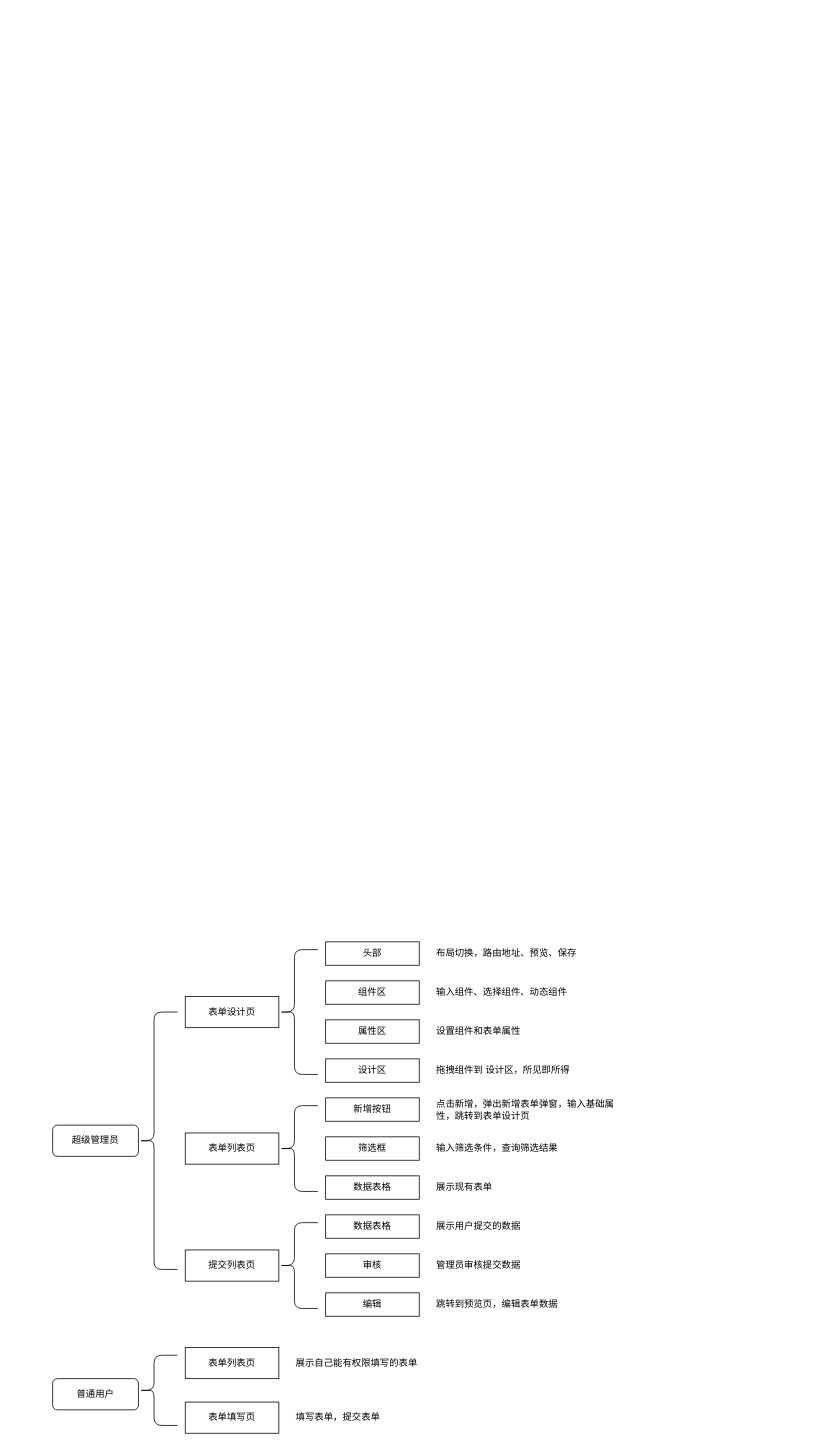
Above: system-formgenerator.drawio in yoqo/draw.io (draw.io), before the change. Source tidied: cells renumbered, new cells numbered last; positions are measured from the earlier drawing's top-left corner, leaving out a move shared by most shapes. Both pictures are drawn from the tidied source at 78%, with x=0, y=0 at pixel (52, 941).
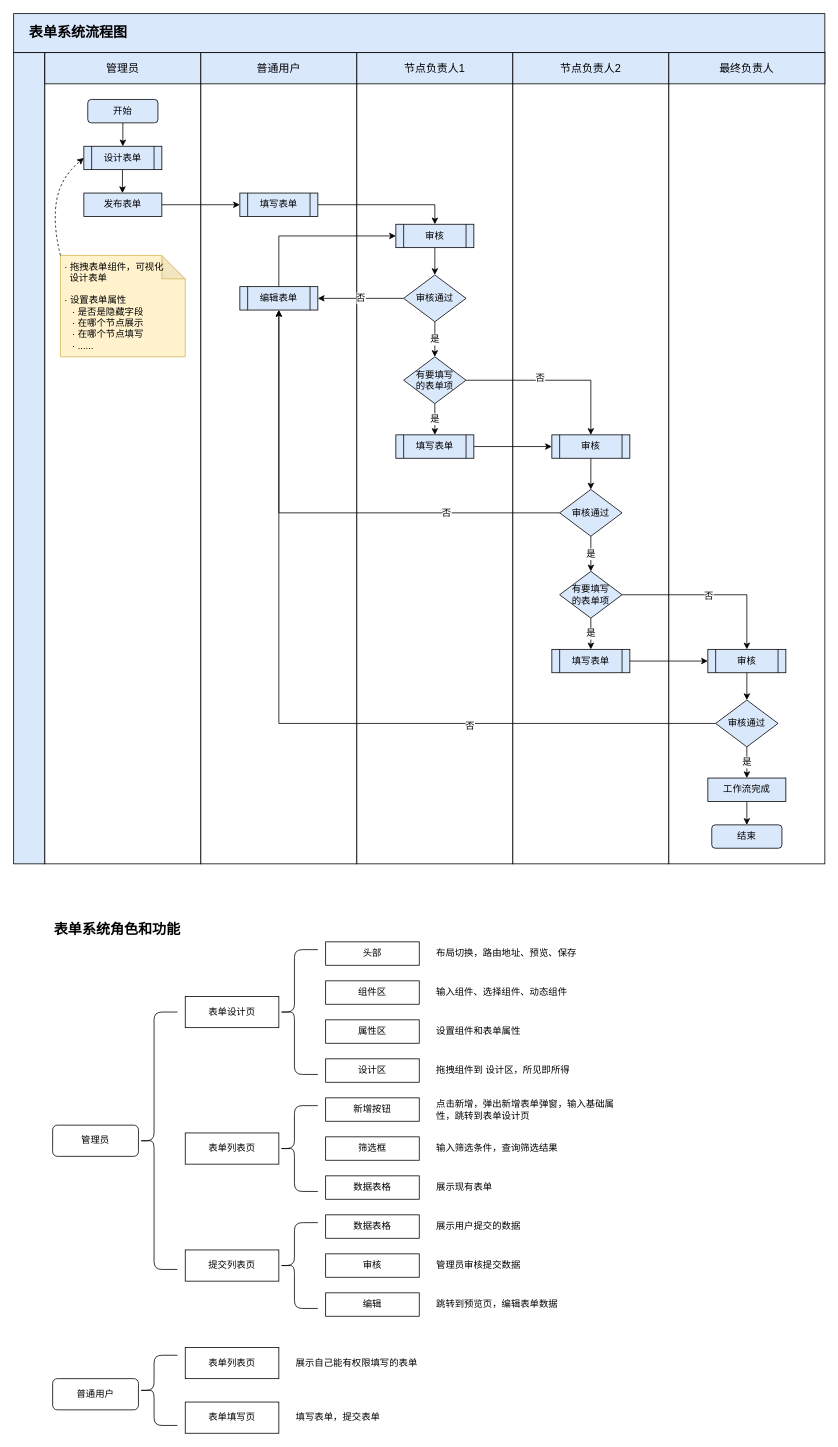
The same page after the edit.

What changed in the source:
```diff
@@
-    <mxCell id="2" value="超级管理员" style="rounded=1;whiteSpace=wrap;html=1;sketch=0;" parent="1" vertex="1">
+    <mxCell id="2" value="管理员" style="rounded=1;whiteSpace=wrap;html=1;sketch=0;" parent="1" vertex="1">
       <mxGeometry y="235" width="110" height="40" as="geometry" />
     </mxCell>
@@
+    <mxCell id="36" value="表单系统角色和功能" style="text;html=1;strokeColor=none;fillColor=none;align=left;verticalAlign=middle;whiteSpace=wrap;rounded=0;fontSize=18;fontStyle=1;" parent="1" vertex="1">
+      <mxGeometry y="-30" width="480" height="30" as="geometry" />
+    </mxCell>
+    <mxCell id="37" style="rounded=0;whiteSpace=wrap;html=1;fontSize=18;fillColor=#DAE8FC;" parent="1" vertex="1">
+      <mxGeometry x="-50" y="-1190" width="1040" height="50" as="geometry" />
+    </mxCell>
+    <mxCell id="38" style="rounded=0;whiteSpace=wrap;html=1;fontSize=18;fillColor=#DAE8FC;" parent="1" vertex="1">
+      <mxGeometry x="-50" y="-1140" width="40" height="1040" as="geometry" />
+    </mxCell>
+    <mxCell id="39" style="rounded=0;whiteSpace=wrap;html=1;fontSize=18;" parent="1" vertex="1">
+      <mxGeometry x="-10" y="-1140" width="200" height="1040" as="geometry" />
+    </mxCell>
+    <mxCell id="40" value="表单系统流程图" style="text;html=1;strokeColor=none;fillColor=none;align=left;verticalAlign=middle;whiteSpace=wrap;rounded=0;fontSize=18;fontStyle=1;" parent="1" vertex="1">
+      <mxGeometry x="-32" y="-1180" width="480" height="30" as="geometry" />
+    </mxCell>
+    <mxCell id="41" style="rounded=0;whiteSpace=wrap;html=1;fontSize=18;" parent="1" vertex="1">
+      <mxGeometry x="190" y="-1140" width="200" height="1040" as="geometry" />
+    </mxCell>
+    <mxCell id="42" style="rounded=0;whiteSpace=wrap;html=1;fontSize=18;" parent="1" vertex="1">
+      <mxGeometry x="390" y="-1140" width="200" height="1040" as="geometry" />
+    </mxCell>
+    <mxCell id="43" style="rounded=0;whiteSpace=wrap;html=1;fontSize=18;" parent="1" vertex="1">
+      <mxGeometry x="590" y="-1140" width="200" height="1040" as="geometry" />
+    </mxCell>
+    <mxCell id="44" style="rounded=0;whiteSpace=wrap;html=1;fontSize=18;" parent="1" vertex="1">
+      <mxGeometry x="790" y="-1140" width="200" height="1040" as="geometry" />
+    </mxCell>
+    <mxCell id="45" value="&lt;font style=&quot;font-size: 14px&quot;&gt;管理员&lt;/font&gt;" style="rounded=0;whiteSpace=wrap;html=1;fontSize=14;fillColor=#DAE8FC;" parent="1" vertex="1">
+      <mxGeometry x="-10" y="-1140" width="200" height="40" as="geometry" />
+    </mxCell>
+    <mxCell id="46" value="&lt;font style=&quot;font-size: 14px&quot;&gt;普通用户&lt;/font&gt;" style="rounded=0;whiteSpace=wrap;html=1;fontSize=14;fillColor=#DAE8FC;" parent="1" vertex="1">
+      <mxGeometry x="190" y="-1140" width="200" height="40" as="geometry" />
+    </mxCell>
+    <mxCell id="47" value="&lt;font style=&quot;font-size: 14px&quot;&gt;节点负责人1&lt;/font&gt;" style="rounded=0;whiteSpace=wrap;html=1;fontSize=14;fillColor=#DAE8FC;" parent="1" vertex="1">
+      <mxGeometry x="390" y="-1140" width="200" height="40" as="geometry" />
+    </mxCell>
+    <mxCell id="48" value="节点负责人2" style="rounded=0;whiteSpace=wrap;html=1;fontSize=14;fillColor=#DAE8FC;" parent="1" vertex="1">
+      <mxGeometry x="590" y="-1140" width="200" height="40" as="geometry" />
+    </mxCell>
+    <mxCell id="49" value="最终负责人" style="rounded=0;whiteSpace=wrap;html=1;fontSize=14;fillColor=#DAE8FC;" parent="1" vertex="1">
+      <mxGeometry x="790" y="-1140" width="200" height="40" as="geometry" />
+    </mxCell>
+    <mxCell id="50" style="edgeStyle=orthogonalEdgeStyle;rounded=0;sketch=0;jumpStyle=none;jettySize=auto;html=1;shadow=0;fontSize=12;" parent="1" edge="1" source="51">
+      <mxGeometry relative="1" as="geometry">
+        <mxPoint x="90" y="-1020" as="targetPoint" />
+      </mxGeometry>
+    </mxCell>
+    <mxCell id="51" value="&lt;font style=&quot;font-size: 12px&quot;&gt;开始&lt;/font&gt;" style="rounded=1;whiteSpace=wrap;html=1;fontSize=12;fillColor=#DAE8FC;" parent="1" vertex="1">
+      <mxGeometry x="45" y="-1080" width="90" height="30" as="geometry" />
+    </mxCell>
+    <mxCell id="52" style="edgeStyle=orthogonalEdgeStyle;rounded=0;sketch=0;jumpStyle=none;jettySize=auto;html=1;exitX=1;exitY=0.5;exitDx=0;exitDy=0;entryX=0;entryY=0.5;entryDx=0;entryDy=0;shadow=0;fontSize=12;" parent="1" edge="1" source="53" target="57">
+      <mxGeometry relative="1" as="geometry" />
+    </mxCell>
+    <mxCell id="53" value="发布表单" style="rounded=0;whiteSpace=wrap;html=1;fontSize=12;fillColor=#DAE8FC;" parent="1" vertex="1">
+      <mxGeometry x="40" y="-960" width="100" height="30" as="geometry" />
+    </mxCell>
+    <mxCell id="54" style="edgeStyle=orthogonalEdgeStyle;rounded=0;sketch=0;jumpStyle=none;orthogonalLoop=1;jettySize=auto;html=1;shadow=0;fontSize=12;" parent="1" edge="1">
+      <mxGeometry relative="1" as="geometry">
+        <mxPoint x="89.5" y="-990" as="sourcePoint" />
+        <mxPoint x="89.5" y="-960" as="targetPoint" />
+      </mxGeometry>
+    </mxCell>
+    <mxCell id="55" value="&lt;span&gt;设计表单&lt;/span&gt;" style="shape=process;whiteSpace=wrap;html=1;backgroundOutline=1;fontSize=12;fillColor=#DAE8FC;" parent="1" vertex="1">
+      <mxGeometry x="40" y="-1020" width="100" height="30" as="geometry" />
+    </mxCell>
+    <mxCell id="56" style="edgeStyle=orthogonalEdgeStyle;rounded=0;sketch=0;jumpStyle=none;jettySize=auto;html=1;exitX=1;exitY=0.5;exitDx=0;exitDy=0;entryX=0.5;entryY=0;entryDx=0;entryDy=0;shadow=0;fontSize=12;" parent="1" edge="1" source="57" target="59">
+      <mxGeometry relative="1" as="geometry" />
+    </mxCell>
+    <mxCell id="57" value="&lt;span&gt;填写表单&lt;/span&gt;" style="shape=process;whiteSpace=wrap;html=1;backgroundOutline=1;fontSize=12;fillColor=#DAE8FC;" parent="1" vertex="1">
+      <mxGeometry x="240" y="-960" width="100" height="30" as="geometry" />
+    </mxCell>
+    <mxCell id="58" style="edgeStyle=orthogonalEdgeStyle;rounded=0;sketch=0;jumpStyle=none;jettySize=auto;html=1;exitX=0.5;exitY=1;exitDx=0;exitDy=0;entryX=0.5;entryY=0;entryDx=0;entryDy=0;shadow=0;fontSize=12;" parent="1" edge="1" source="59" target="62">
+      <mxGeometry relative="1" as="geometry" />
+    </mxCell>
+    <mxCell id="59" value="&lt;span&gt;审核&lt;/span&gt;" style="shape=process;whiteSpace=wrap;html=1;backgroundOutline=1;fontSize=12;fillColor=#DAE8FC;" parent="1" vertex="1">
+      <mxGeometry x="440" y="-920" width="100" height="30" as="geometry" />
+    </mxCell>
+    <mxCell id="60" value="否" style="edgeStyle=orthogonalEdgeStyle;rounded=0;sketch=0;jumpStyle=none;jettySize=auto;html=1;exitX=0;exitY=0.5;exitDx=0;exitDy=0;entryX=1;entryY=0.5;entryDx=0;entryDy=0;shadow=0;fontSize=12;" parent="1" edge="1" source="62" target="64">
+      <mxGeometry relative="1" as="geometry" />
+    </mxCell>
+    <mxCell id="61" value="是" style="edgeStyle=orthogonalEdgeStyle;rounded=0;sketch=0;jumpStyle=none;jettySize=auto;html=1;exitX=0.5;exitY=1;exitDx=0;exitDy=0;entryX=0.5;entryY=0;entryDx=0;entryDy=0;shadow=0;fontSize=12;" parent="1" edge="1" source="62" target="68">
+      <mxGeometry relative="1" as="geometry" />
+    </mxCell>
+    <mxCell id="62" value="审核通过" style="rhombus;whiteSpace=wrap;html=1;fontSize=12;fillColor=#DAE8FC;" parent="1" vertex="1">
+      <mxGeometry x="450" y="-855" width="80" height="60" as="geometry" />
+    </mxCell>
+    <mxCell id="63" style="edgeStyle=orthogonalEdgeStyle;rounded=0;sketch=0;jumpStyle=none;jettySize=auto;html=1;exitX=0.5;exitY=0;exitDx=0;exitDy=0;entryX=0;entryY=0.5;entryDx=0;entryDy=0;shadow=0;fontSize=12;" parent="1" edge="1" source="64" target="59">
+      <mxGeometry relative="1" as="geometry" />
+    </mxCell>
+    <mxCell id="64" value="&lt;span&gt;编辑表单&lt;/span&gt;" style="shape=process;whiteSpace=wrap;html=1;backgroundOutline=1;fontSize=12;fillColor=#DAE8FC;" parent="1" vertex="1">
+      <mxGeometry x="240" y="-840" width="100" height="30" as="geometry" />
+    </mxCell>
+    <mxCell id="65" value="是" style="edgeStyle=orthogonalEdgeStyle;rounded=0;sketch=0;jumpStyle=none;jettySize=auto;html=1;exitX=0.5;exitY=1;exitDx=0;exitDy=0;entryX=0.5;entryY=0;entryDx=0;entryDy=0;shadow=0;fontSize=12;" parent="1" edge="1" source="68" target="70">
+      <mxGeometry relative="1" as="geometry" />
+    </mxCell>
+    <mxCell id="66" style="edgeStyle=orthogonalEdgeStyle;rounded=0;sketch=0;jumpStyle=none;jettySize=auto;html=1;exitX=1;exitY=0.5;exitDx=0;exitDy=0;entryX=0.5;entryY=0;entryDx=0;entryDy=0;shadow=0;fontSize=12;" parent="1" edge="1" source="68" target="72">
+      <mxGeometry relative="1" as="geometry" />
+    </mxCell>
+    <mxCell id="67" value="否" style="edgeLabel;html=1;align=center;verticalAlign=middle;fontSize=12;" parent="66" vertex="1">
+      <mxGeometry x="-0.18" y="3" relative="1" as="geometry" />
+    </mxCell>
+    <mxCell id="68" value="有要填写&lt;br&gt;的表单项" style="rhombus;whiteSpace=wrap;html=1;fontSize=12;fillColor=#DAE8FC;" parent="1" vertex="1">
+      <mxGeometry x="450" y="-750" width="80" height="60" as="geometry" />
+    </mxCell>
+    <mxCell id="69" style="edgeStyle=orthogonalEdgeStyle;rounded=0;sketch=0;jumpStyle=none;jettySize=auto;html=1;exitX=1;exitY=0.5;exitDx=0;exitDy=0;entryX=0;entryY=0.5;entryDx=0;entryDy=0;shadow=0;fontSize=12;" parent="1" edge="1" source="70" target="72">
+      <mxGeometry relative="1" as="geometry" />
+    </mxCell>
+    <mxCell id="70" value="&lt;span&gt;填写表单&lt;/span&gt;" style="shape=process;whiteSpace=wrap;html=1;backgroundOutline=1;fontSize=12;fillColor=#DAE8FC;" parent="1" vertex="1">
+      <mxGeometry x="440" y="-650" width="100" height="30" as="geometry" />
+    </mxCell>
+    <mxCell id="71" style="edgeStyle=orthogonalEdgeStyle;rounded=0;sketch=0;jumpStyle=none;jettySize=auto;html=1;exitX=0.5;exitY=1;exitDx=0;exitDy=0;entryX=0.5;entryY=0;entryDx=0;entryDy=0;shadow=0;fontSize=12;" parent="1" edge="1" source="72" target="76">
+      <mxGeometry relative="1" as="geometry" />
+    </mxCell>
+    <mxCell id="72" value="&lt;span&gt;审核&lt;/span&gt;" style="shape=process;whiteSpace=wrap;html=1;backgroundOutline=1;fontSize=12;fillColor=#DAE8FC;" parent="1" vertex="1">
+      <mxGeometry x="640" y="-650" width="100" height="30" as="geometry" />
+    </mxCell>
+    <mxCell id="73" value="是" style="edgeStyle=orthogonalEdgeStyle;rounded=0;sketch=0;jumpStyle=none;jettySize=auto;html=1;exitX=0.5;exitY=1;exitDx=0;exitDy=0;entryX=0.5;entryY=0;entryDx=0;entryDy=0;shadow=0;fontSize=12;" parent="1" edge="1" source="76" target="80">
+      <mxGeometry relative="1" as="geometry" />
+    </mxCell>
+    <mxCell id="74" style="edgeStyle=orthogonalEdgeStyle;rounded=0;sketch=0;jumpStyle=none;jettySize=auto;html=1;exitX=0;exitY=0.5;exitDx=0;exitDy=0;entryX=0.5;entryY=1;entryDx=0;entryDy=0;shadow=0;fontSize=12;" parent="1" edge="1" source="76" target="64">
+      <mxGeometry relative="1" as="geometry" />
+    </mxCell>
+    <mxCell id="75" value="否" style="edgeLabel;html=1;align=center;verticalAlign=middle;fontSize=12;" parent="74" vertex="1">
+      <mxGeometry x="-0.53" relative="1" as="geometry" />
+    </mxCell>
+    <mxCell id="76" value="审核通过" style="rhombus;whiteSpace=wrap;html=1;fontSize=12;fillColor=#DAE8FC;" parent="1" vertex="1">
+      <mxGeometry x="650" y="-580" width="80" height="60" as="geometry" />
+    </mxCell>
+    <mxCell id="77" value="是" style="edgeStyle=orthogonalEdgeStyle;rounded=0;sketch=0;jumpStyle=none;jettySize=auto;html=1;exitX=0.5;exitY=1;exitDx=0;exitDy=0;entryX=0.5;entryY=0;entryDx=0;entryDy=0;shadow=0;fontSize=12;" parent="1" edge="1" source="80" target="82">
+      <mxGeometry relative="1" as="geometry" />
+    </mxCell>
+    <mxCell id="78" style="edgeStyle=orthogonalEdgeStyle;rounded=0;sketch=0;jumpStyle=none;jettySize=auto;html=1;exitX=1;exitY=0.5;exitDx=0;exitDy=0;entryX=0.5;entryY=0;entryDx=0;entryDy=0;shadow=0;fontSize=12;" parent="1" edge="1" source="80" target="84">
+      <mxGeometry relative="1" as="geometry" />
+    </mxCell>
+    <mxCell id="79" value="否" style="edgeLabel;html=1;align=center;verticalAlign=middle;fontSize=12;" parent="78" vertex="1">
+      <mxGeometry x="-0.04" y="-1" relative="1" as="geometry" />
+    </mxCell>
+    <mxCell id="80" value="有要填写&lt;br&gt;的表单项" style="rhombus;whiteSpace=wrap;html=1;fontSize=12;fillColor=#DAE8FC;" parent="1" vertex="1">
+      <mxGeometry x="650" y="-475" width="80" height="60" as="geometry" />
+    </mxCell>
+    <mxCell id="81" style="edgeStyle=orthogonalEdgeStyle;rounded=0;sketch=0;jumpStyle=none;jettySize=auto;html=1;exitX=1;exitY=0.5;exitDx=0;exitDy=0;entryX=0;entryY=0.5;entryDx=0;entryDy=0;shadow=0;fontSize=12;" parent="1" edge="1" source="82" target="84">
+      <mxGeometry relative="1" as="geometry" />
+    </mxCell>
+    <mxCell id="82" value="&lt;span&gt;填写表单&lt;/span&gt;" style="shape=process;whiteSpace=wrap;html=1;backgroundOutline=1;fontSize=12;fillColor=#DAE8FC;" parent="1" vertex="1">
+      <mxGeometry x="640" y="-375" width="100" height="30" as="geometry" />
+    </mxCell>
+    <mxCell id="83" style="edgeStyle=orthogonalEdgeStyle;rounded=0;sketch=0;jumpStyle=none;jettySize=auto;html=1;exitX=0.5;exitY=1;exitDx=0;exitDy=0;entryX=0.5;entryY=0;entryDx=0;entryDy=0;shadow=0;fontSize=12;" parent="1" edge="1" source="84" target="88">
+      <mxGeometry relative="1" as="geometry" />
+    </mxCell>
+    <mxCell id="84" value="审核" style="shape=process;whiteSpace=wrap;html=1;backgroundOutline=1;fontSize=12;fillColor=#DAE8FC;" parent="1" vertex="1">
+      <mxGeometry x="840" y="-375" width="100" height="30" as="geometry" />
+    </mxCell>
+    <mxCell id="85" style="edgeStyle=orthogonalEdgeStyle;rounded=0;sketch=0;jumpStyle=none;jettySize=auto;html=1;exitX=0;exitY=0.5;exitDx=0;exitDy=0;entryX=0.5;entryY=1;entryDx=0;entryDy=0;shadow=0;fontSize=12;" parent="1" edge="1" source="88" target="64">
+      <mxGeometry relative="1" as="geometry" />
+    </mxCell>
+    <mxCell id="86" value="否" style="edgeLabel;html=1;align=center;verticalAlign=middle;fontSize=12;" parent="85" vertex="1">
+      <mxGeometry x="-0.42" y="3" relative="1" as="geometry" />
+    </mxCell>
+    <mxCell id="87" value="是" style="edgeStyle=orthogonalEdgeStyle;rounded=0;sketch=0;jumpStyle=none;jettySize=auto;html=1;exitX=0.5;exitY=1;exitDx=0;exitDy=0;entryX=0.5;entryY=0;entryDx=0;entryDy=0;shadow=0;fontSize=12;" parent="1" edge="1" source="88" target="90">
+      <mxGeometry relative="1" as="geometry" />
+    </mxCell>
+    <mxCell id="88" value="审核通过" style="rhombus;whiteSpace=wrap;html=1;fontSize=12;fillColor=#DAE8FC;" parent="1" vertex="1">
+      <mxGeometry x="850" y="-310" width="80" height="60" as="geometry" />
+    </mxCell>
+    <mxCell id="89" style="edgeStyle=orthogonalEdgeStyle;rounded=0;sketch=0;jumpStyle=none;jettySize=auto;html=1;exitX=0.5;exitY=1;exitDx=0;exitDy=0;entryX=0.5;entryY=0;entryDx=0;entryDy=0;shadow=0;fontSize=12;" parent="1" edge="1" source="90" target="91">
+      <mxGeometry relative="1" as="geometry" />
+    </mxCell>
+    <mxCell id="90" value="工作流完成" style="rounded=0;whiteSpace=wrap;html=1;fontSize=12;fillColor=#DAE8FC;" parent="1" vertex="1">
+      <mxGeometry x="840" y="-210" width="100" height="30" as="geometry" />
+    </mxCell>
+    <mxCell id="91" value="&lt;font style=&quot;font-size: 12px&quot;&gt;结束&lt;/font&gt;" style="rounded=1;whiteSpace=wrap;html=1;fontSize=12;fillColor=#DAE8FC;" parent="1" vertex="1">
+      <mxGeometry x="845" y="-150" width="90" height="30" as="geometry" />
+    </mxCell>
+    <mxCell id="92" value="&amp;nbsp;· 拖拽表单组件，可视化&lt;br&gt;&amp;nbsp; &amp;nbsp;设计表单&lt;br&gt;&lt;br&gt;&amp;nbsp;· 设置表单属性&lt;br&gt;&amp;nbsp; &amp;nbsp; · 是否是隐藏字段&lt;br&gt;&amp;nbsp; &amp;nbsp; · 在哪个节点展示&lt;br&gt;&amp;nbsp; &amp;nbsp; · 在哪个节点填写&lt;br&gt;&amp;nbsp; &amp;nbsp; · ......" style="shape=note;whiteSpace=wrap;html=1;backgroundOutline=1;darkOpacity=0.05;fontSize=12;fillColor=#fff2cc;strokeColor=#d6b656;align=left;" parent="1" vertex="1">
+      <mxGeometry x="10" y="-880" width="160" height="130" as="geometry" />
+    </mxCell>
+    <mxCell id="93" style="curved=1;endArrow=classic;html=1;rounded=0;shadow=0;sketch=0;fontSize=12;jumpStyle=none;exitX=0;exitY=0;exitDx=0;exitDy=0;exitPerimeter=0;entryX=0;entryY=0.5;entryDx=0;entryDy=0;dashed=1;" parent="1" edge="1" source="92" target="55">
+      <mxGeometry relative="1" as="geometry">
+        <Array as="points">
+          <mxPoint y="-920" />
+          <mxPoint x="10" y="-980" />
+        </Array>
+      </mxGeometry>
+    </mxCell>
```
